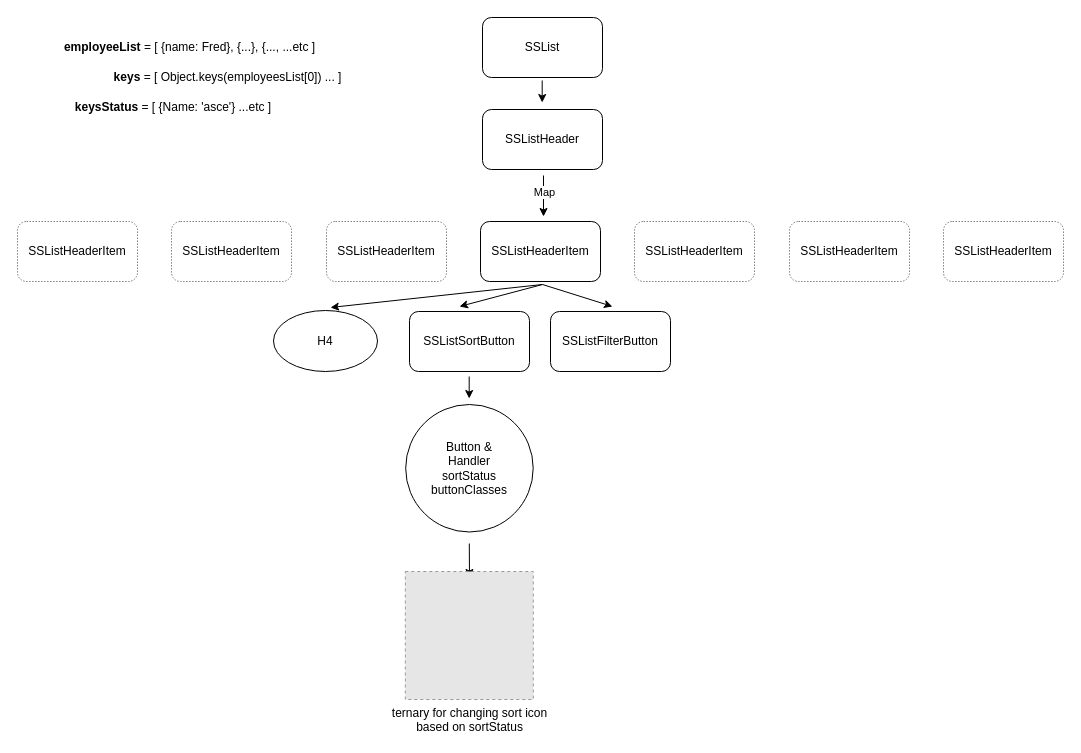
The draw.io diagram admin/drawio/SSList.drawio in ScottFeichter/cap-stone-do-reg-mi-app, before the edit. Source tidied: cells renumbered, new cells numbered last; positions are measured from the earlier drawing's top-left corner, leaving out a move shared by most shapes. Both pictures are drawn from the tidied source at 100%, with x=0, y=0 at pixel (17, 17). Pictures stored in the file or linked from it are replaced by grey dashed boxes.
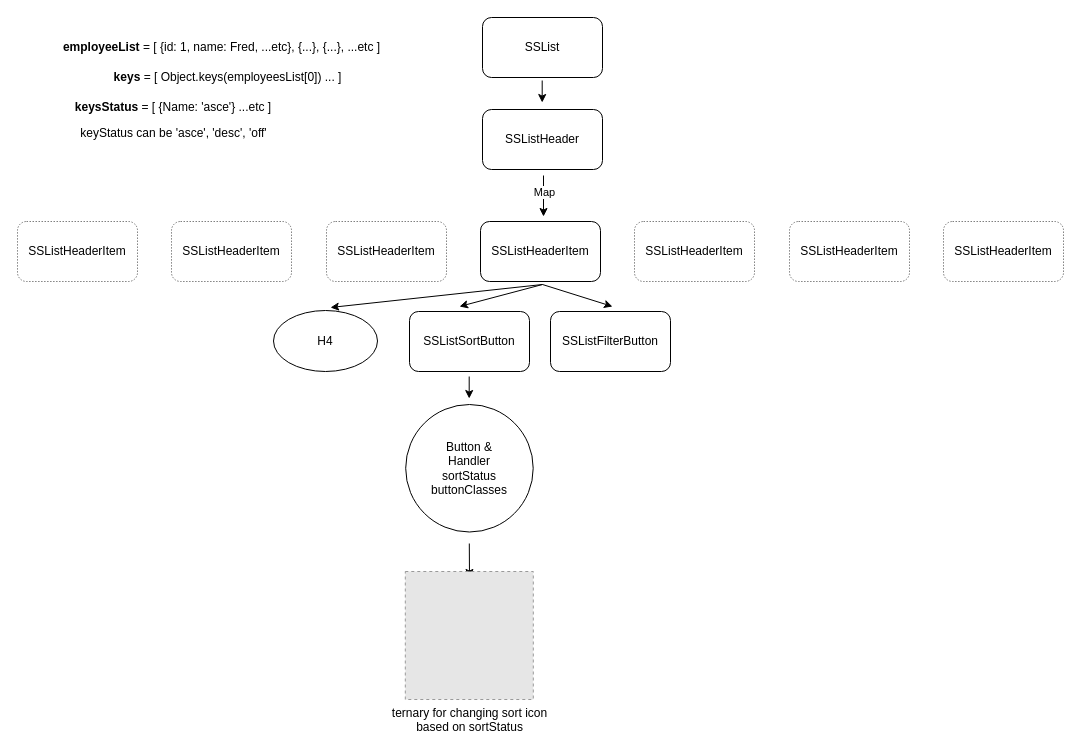
The same page after the edit.

Commit message (it also covers changes not shown here):
misc (msg via sh alias)

What changed in the source:
```diff
@@
-    <mxCell id="24" value="&lt;b&gt;employeeList&lt;/b&gt; = [ {name: Fred}, {...}, {..., ...etc ]" style="text;html=1;align=center;verticalAlign=middle;whiteSpace=wrap;rounded=0;" parent="1" vertex="1">
-      <mxGeometry x="10" y="15" width="325" height="30" as="geometry" />
+    <mxCell id="24" value="&lt;b&gt;employeeList&lt;/b&gt; = [ {id: 1, name: Fred, ...etc}, {...}, {...}, ...etc ]" style="text;html=1;align=center;verticalAlign=middle;whiteSpace=wrap;rounded=0;" parent="1" vertex="1">
+      <mxGeometry x="42" y="15" width="325" height="30" as="geometry" />
     </mxCell>
@@
+    <mxCell id="27" value="keyStatus can be 'asce', 'desc', 'off'" style="text;html=1;align=center;verticalAlign=middle;whiteSpace=wrap;rounded=0;" parent="1" vertex="1">
+      <mxGeometry x="29.5" y="101" width="253" height="30" as="geometry" />
+    </mxCell>
```
